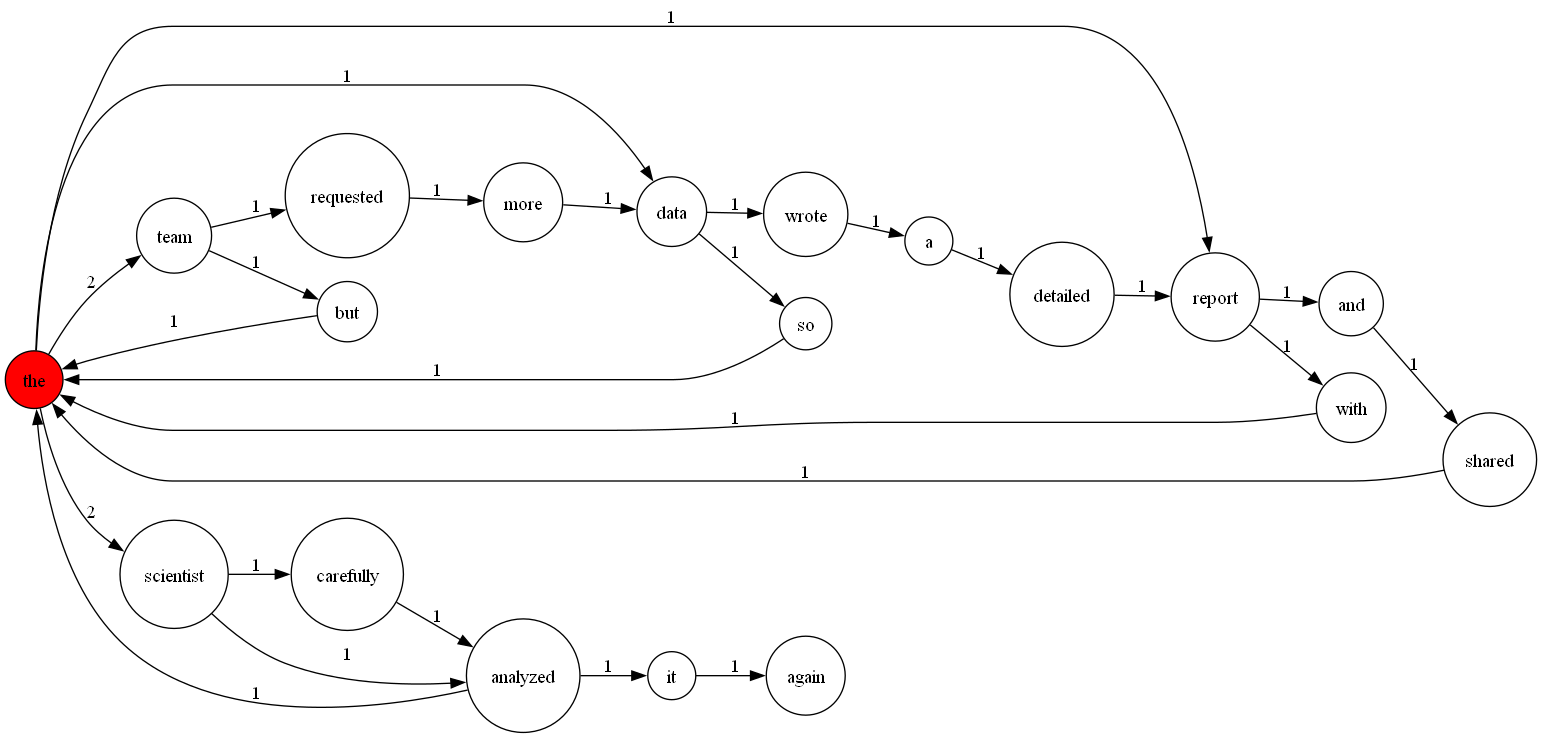
The Graphviz diagram graph/directed_graph.png in ZertHomesBest/HITsoftware_Lab1_2022112762, before a commit. Its source is kept beside it as graph/directed_graph.dot. The source it was exported from:
```dot
digraph G {
  rankdir=LR;
  node [shape=circle, style=filled, fillcolor=white];
  "the" [fillcolor=red];
  "but" -> "the" [label="1"];
  "a" -> "detailed" [label="1"];
  "shared" -> "the" [label="1"];
  "data" -> "wrote" [label="1"];
  "data" -> "so" [label="1"];
  "carefully" -> "analyzed" [label="1"];
  "scientist" -> "carefully" [label="1"];
  "scientist" -> "analyzed" [label="1"];
  "more" -> "data" [label="1"];
  "wrote" -> "a" [label="1"];
  "analyzed" -> "the" [label="1"];
  "analyzed" -> "it" [label="1"];
  "team" -> "but" [label="1"];
  "team" -> "requested" [label="1"];
  "it" -> "again" [label="1"];
  "the" -> "data" [label="1"];
  "the" -> "scientist" [label="2"];
  "the" -> "report" [label="1"];
  "the" -> "team" [label="2"];
  "with" -> "the" [label="1"];
  "requested" -> "more" [label="1"];
  "detailed" -> "report" [label="1"];
  "and" -> "shared" [label="1"];
  "report" -> "with" [label="1"];
  "report" -> "and" [label="1"];
  "so" -> "the" [label="1"];
}
```
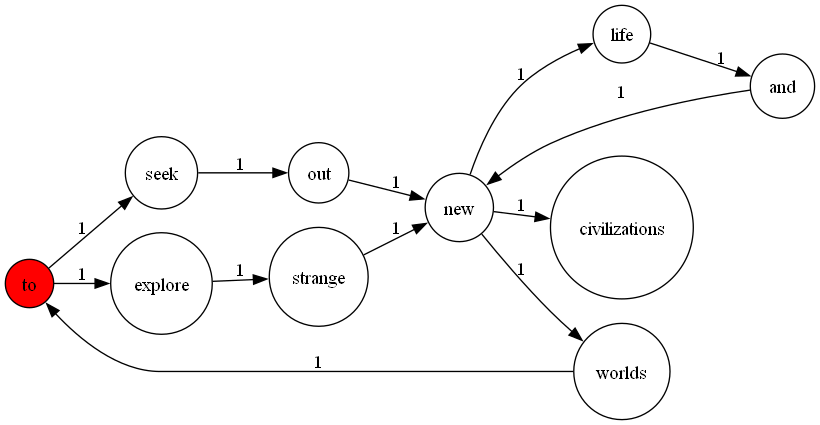
After the change.

Diff of the diagram source:
```diff
@@ -1,31 +1,17 @@
 digraph G {
   rankdir=LR;
   node [shape=circle, style=filled, fillcolor=white];
-  "the" [fillcolor=red];
-  "but" -> "the" [label="1"];
-  "a" -> "detailed" [label="1"];
-  "shared" -> "the" [label="1"];
-  "data" -> "wrote" [label="1"];
-  "data" -> "so" [label="1"];
-  "carefully" -> "analyzed" [label="1"];
-  "scientist" -> "carefully" [label="1"];
-  "scientist" -> "analyzed" [label="1"];
-  "more" -> "data" [label="1"];
-  "wrote" -> "a" [label="1"];
-  "analyzed" -> "the" [label="1"];
-  "analyzed" -> "it" [label="1"];
-  "team" -> "but" [label="1"];
-  "team" -> "requested" [label="1"];
-  "it" -> "again" [label="1"];
-  "the" -> "data" [label="1"];
-  "the" -> "scientist" [label="2"];
-  "the" -> "report" [label="1"];
-  "the" -> "team" [label="2"];
-  "with" -> "the" [label="1"];
-  "requested" -> "more" [label="1"];
-  "detailed" -> "report" [label="1"];
-  "and" -> "shared" [label="1"];
-  "report" -> "with" [label="1"];
-  "report" -> "and" [label="1"];
-  "so" -> "the" [label="1"];
+  "to" [fillcolor=red];
+  "new" -> "worlds" [label="1"];
+  "new" -> "civilizations" [label="1"];
+  "new" -> "life" [label="1"];
+  "worlds" -> "to" [label="1"];
+  "explore" -> "strange" [label="1"];
+  "and" -> "new" [label="1"];
+  "to" -> "explore" [label="1"];
+  "to" -> "seek" [label="1"];
+  "seek" -> "out" [label="1"];
+  "strange" -> "new" [label="1"];
+  "life" -> "and" [label="1"];
+  "out" -> "new" [label="1"];
 }
```
